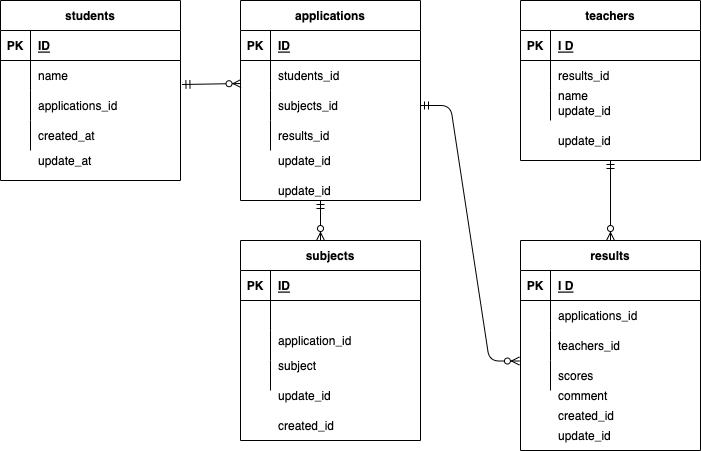
FukumuraTakayuki/20221019ERtest keeps this draw.io diagram as index.drawio.png. Above is the earlier version. Source tidied: cells renumbered, new cells last; positions are measured from the earlier drawing's top-left corner, leaving out a move shared by most shapes.
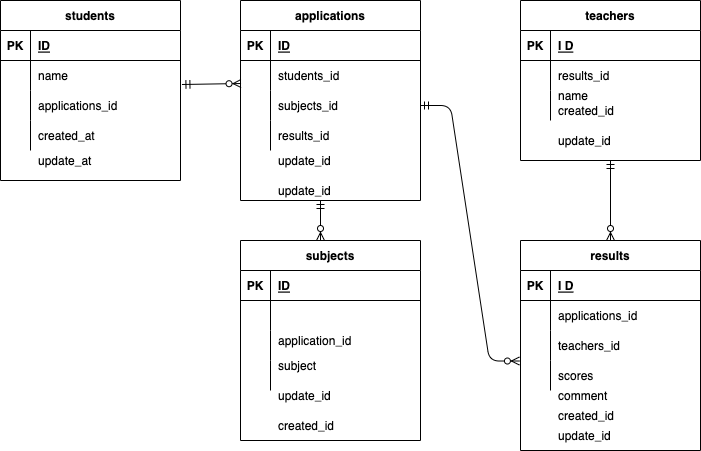
The same diagram one commit later.

Change to the diagram source:
```diff
@@ -242,7 +242,7 @@
     <mxCell id="80" value="name" style="shape=partialRectangle;fillColor=none;top=0;left=0;bottom=0;right=0;align=left;spacingLeft=6;overflow=hidden;" parent="78" vertex="1">
       <mxGeometry x="30" width="150" height="30" as="geometry" />
     </mxCell>
-    <mxCell id="81" value="update_id" style="shape=partialRectangle;fillColor=none;top=0;left=0;bottom=0;right=0;align=left;spacingLeft=6;overflow=hidden;" parent="1" vertex="1">
+    <mxCell id="81" value="created_id" style="shape=partialRectangle;fillColor=none;top=0;left=0;bottom=0;right=0;align=left;spacingLeft=6;overflow=hidden;" parent="1" vertex="1">
       <mxGeometry x="550" y="100" width="150" height="20" as="geometry" />
     </mxCell>
     <mxCell id="82" value="update_id" style="shape=partialRectangle;fillColor=none;top=0;left=0;bottom=0;right=0;align=left;spacingLeft=6;overflow=hidden;" parent="1" vertex="1">
```
